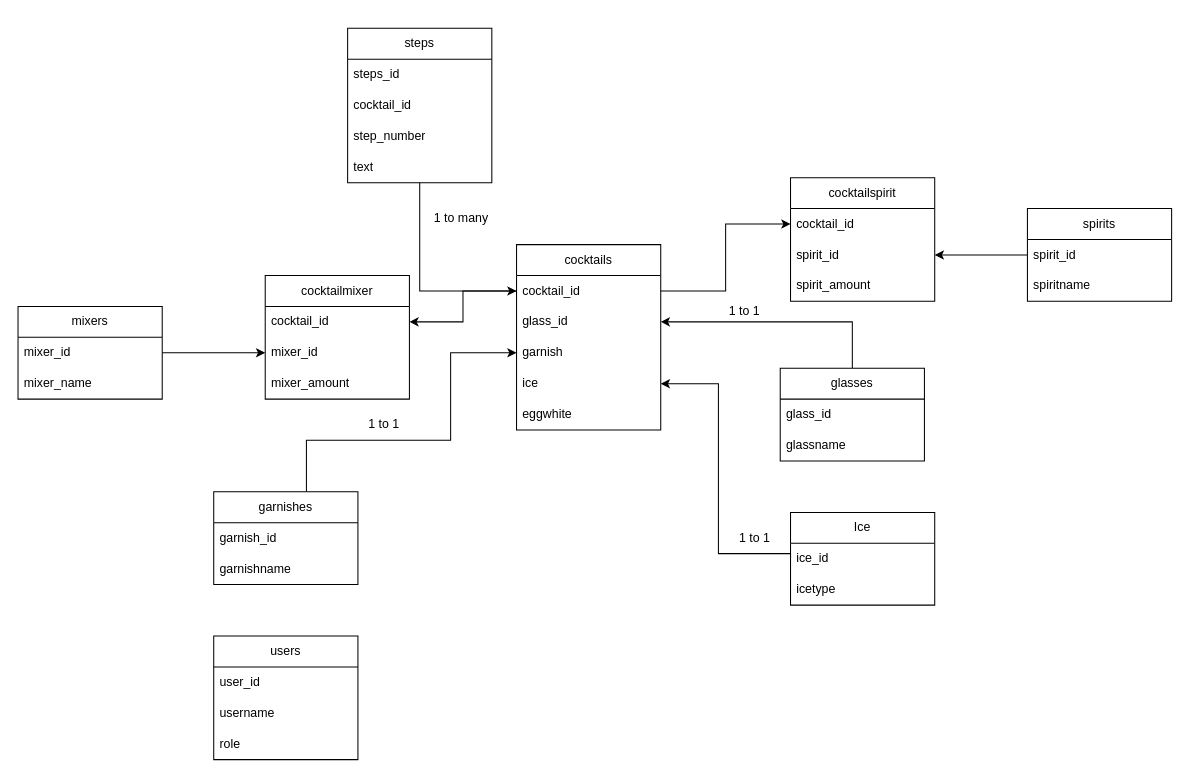
Above: Documentatie/cocktailDatabaseOntwerp.drawio in dannyjanneman/CocktailSaver (draw.io), before the change. Source tidied: cells renumbered, new cells numbered last; positions are measured from the earlier drawing's top-left corner, leaving out a move shared by most shapes. Both pictures are drawn from the tidied source at 103%, with x=0, y=0 at pixel (18, 28).
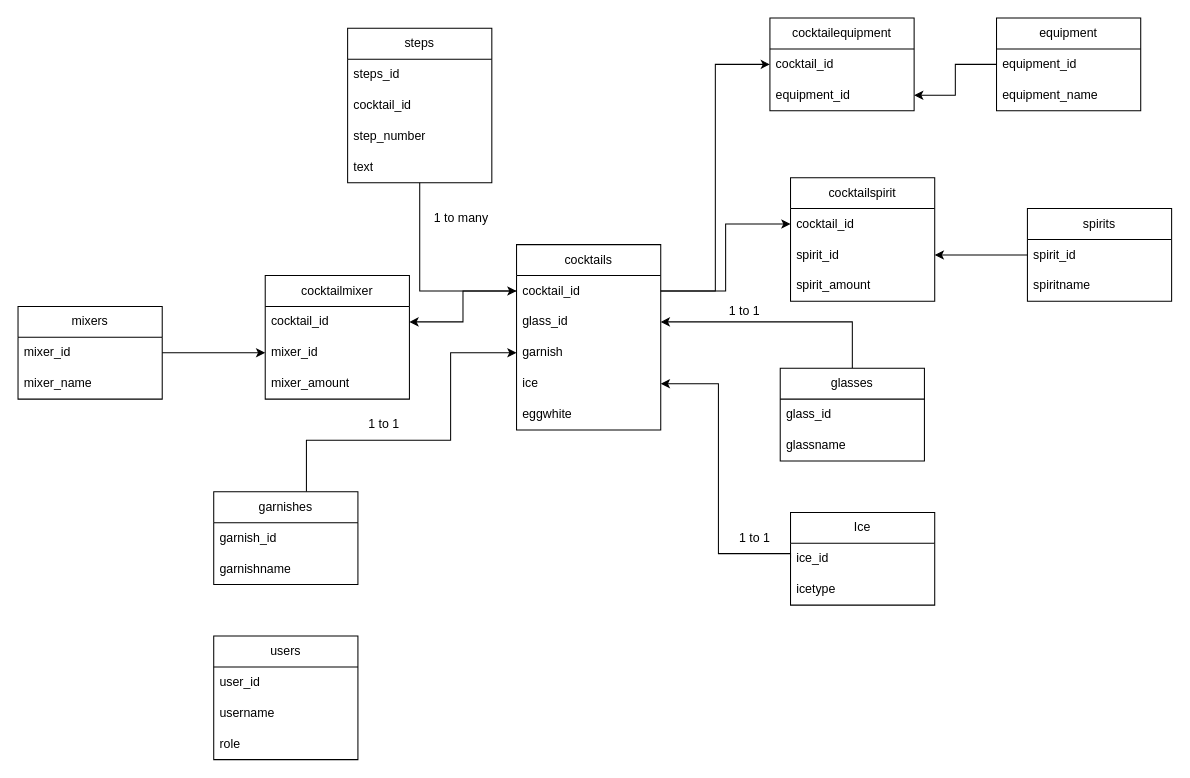
After the change.

Commit message (it also covers changes not shown here):
Update database design to include equipment

The change refers to these unchanged cells:
```xml
<mxCell id="7" value="cocktail_id" style="text;strokeColor=none;fillColor=none;align=left;verticalAlign=middle;spacingLeft=4;spacingRight=4;overflow=hidden;points=[[0,0.5],[1,0.5]];portConstraint=eastwest;whiteSpace=wrap;html=1;" parent="6" vertex="1">
  <mxGeometry y="30" width="140" height="30" as="geometry" />
</mxCell>
```

Diff of the diagram source:
```diff
@@
+    <mxCell id="52" value="equipment" style="swimlane;fontStyle=0;horizontal=1;startSize=30;whiteSpace=wrap;html=1;" parent="1" vertex="1">
+      <mxGeometry x="950" y="-10" width="140" height="90" as="geometry" />
+    </mxCell>
+    <mxCell id="53" value="equipment_id" style="text;strokeColor=none;fillColor=none;align=left;verticalAlign=middle;spacingLeft=4;spacingRight=4;overflow=hidden;points=[[0,0.5],[1,0.5]];portConstraint=eastwest;whiteSpace=wrap;html=1;" parent="52" vertex="1">
+      <mxGeometry y="30" width="140" height="30" as="geometry" />
+    </mxCell>
+    <mxCell id="54" value="equipment_name" style="text;strokeColor=none;fillColor=none;align=left;verticalAlign=middle;spacingLeft=4;spacingRight=4;overflow=hidden;whiteSpace=wrap;html=1;" parent="52" vertex="1">
+      <mxGeometry y="60" width="140" height="30" as="geometry" />
+    </mxCell>
+    <mxCell id="55" value="cocktailequipment" style="swimlane;fontStyle=0;horizontal=1;startSize=30;whiteSpace=wrap;html=1;" parent="1" vertex="1">
+      <mxGeometry x="730" y="-10" width="140" height="90" as="geometry" />
+    </mxCell>
+    <mxCell id="56" value="cocktail_id" style="text;strokeColor=none;fillColor=none;align=left;verticalAlign=middle;spacingLeft=4;spacingRight=4;overflow=hidden;points=[[0,0.5],[1,0.5]];portConstraint=eastwest;whiteSpace=wrap;html=1;" parent="55" vertex="1">
+      <mxGeometry y="30" width="140" height="30" as="geometry" />
+    </mxCell>
+    <mxCell id="57" value="equipment_id" style="text;strokeColor=none;fillColor=none;align=left;verticalAlign=middle;spacingLeft=4;spacingRight=4;overflow=hidden;points=[[0,0.5],[1,0.5]];portConstraint=eastwest;whiteSpace=wrap;html=1;" parent="55" vertex="1">
+      <mxGeometry y="60" width="140" height="30" as="geometry" />
+    </mxCell>
+    <mxCell id="58" style="edgeStyle=orthogonalEdgeStyle;rounded=0;jettySize=auto;html=1;entryX=1;entryY=0.5;entryDx=0;entryDy=0;" parent="1" edge="1" source="53" target="57">
+      <mxGeometry relative="1" as="geometry" />
+    </mxCell>
+    <mxCell id="59" style="edgeStyle=orthogonalEdgeStyle;rounded=0;jettySize=auto;html=1;entryX=0;entryY=0.5;entryDx=0;entryDy=0;" parent="1" edge="1" source="7" target="56">
+      <mxGeometry relative="1" as="geometry" />
+    </mxCell>
```
